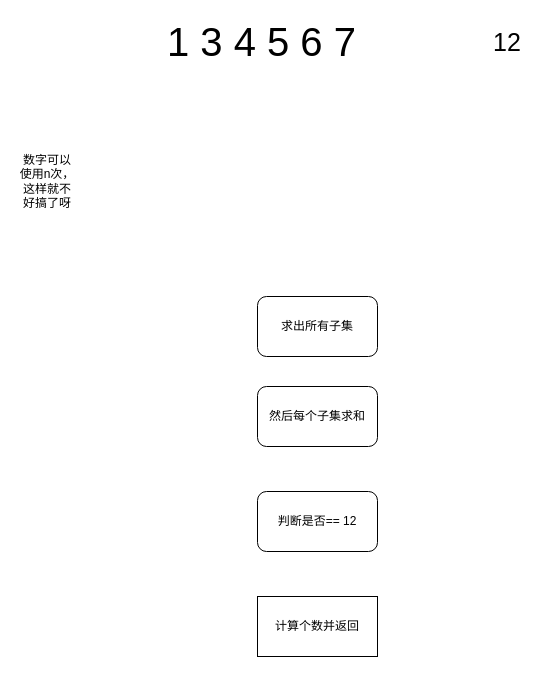
This is 算法的思路图/未命名绘图.drawio from sichuanji/diagram, a draw.io file, before an edit. Source tidied: cells renumbered, new cells numbered last; positions are measured from the earlier drawing's top-left corner, leaving out a move shared by most shapes. Both pictures are drawn from the tidied source at 100%, with x=0, y=0 at pixel (17, 26).
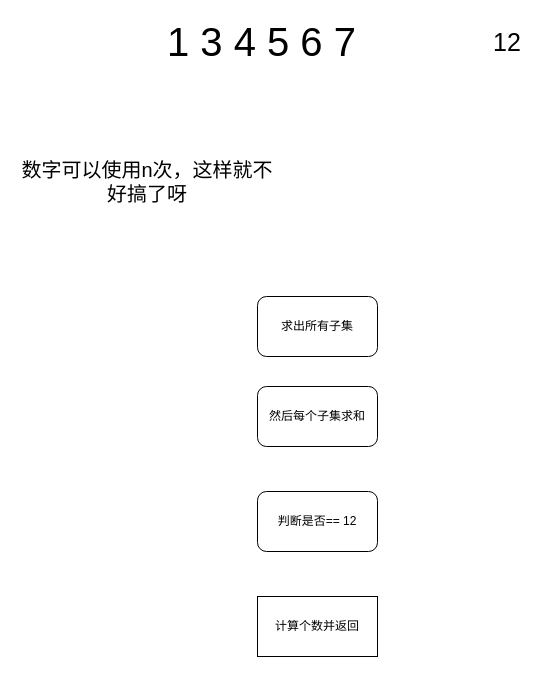
The same diagram, later.

Change to the diagram source:
```diff
@@
 <mxGraphModel>
   <root>
     <mxCell id="0" />
     <mxCell id="1" parent="0" />
     <mxCell id="2" value="&lt;font style=&quot;font-size: 40px;&quot;&gt;&amp;nbsp;1 3 4 5 6 7&amp;nbsp;&amp;nbsp;&lt;/font&gt;" style="text;html=1;strokeColor=none;fillColor=none;align=center;verticalAlign=middle;whiteSpace=wrap;rounded=0;" parent="1" vertex="1">
       <mxGeometry x="60" width="380" height="30" as="geometry" />
     </mxCell>
     <mxCell id="3" value="&lt;font style=&quot;font-size: 25px;&quot;&gt;12&lt;/font&gt;" style="text;html=1;strokeColor=none;fillColor=none;align=center;verticalAlign=middle;whiteSpace=wrap;rounded=0;" parent="1" vertex="1">
       <mxGeometry x="460" width="60" height="30" as="geometry" />
     </mxCell>
     <mxCell id="4" value="求出所有子集" style="rounded=1;whiteSpace=wrap;html=1;" parent="1" vertex="1">
       <mxGeometry x="240" y="270" width="120" height="60" as="geometry" />
     </mxCell>
     <mxCell id="5" value="然后每个子集求和" style="rounded=1;whiteSpace=wrap;html=1;" parent="1" vertex="1">
       <mxGeometry x="240" y="360" width="120" height="60" as="geometry" />
     </mxCell>
     <mxCell id="6" value="判断是否== 12" style="rounded=1;whiteSpace=wrap;html=1;" parent="1" vertex="1">
       <mxGeometry x="240" y="465" width="120" height="60" as="geometry" />
     </mxCell>
     <mxCell id="7" value="计算个数并返回" style="rounded=0;whiteSpace=wrap;html=1;" parent="1" vertex="1">
       <mxGeometry x="240" y="570" width="120" height="60" as="geometry" />
     </mxCell>
-    <mxCell id="8" value="数字可以使用n次，这样就不好搞了呀&lt;br&gt;" style="text;html=1;strokeColor=none;fillColor=none;align=center;verticalAlign=middle;whiteSpace=wrap;rounded=0;" parent="1" vertex="1">
-      <mxGeometry y="140" width="60" height="30" as="geometry" />
+    <mxCell id="8" value="&lt;font style=&quot;font-size: 20px;&quot;&gt;数字可以使用n次，这样就不好搞了呀&lt;/font&gt;" style="text;html=1;strokeColor=none;fillColor=none;align=center;verticalAlign=middle;whiteSpace=wrap;rounded=0;" parent="1" vertex="1">
+      <mxGeometry y="140" width="260" height="30" as="geometry" />
     </mxCell>
   </root>
 </mxGraphModel>
```
